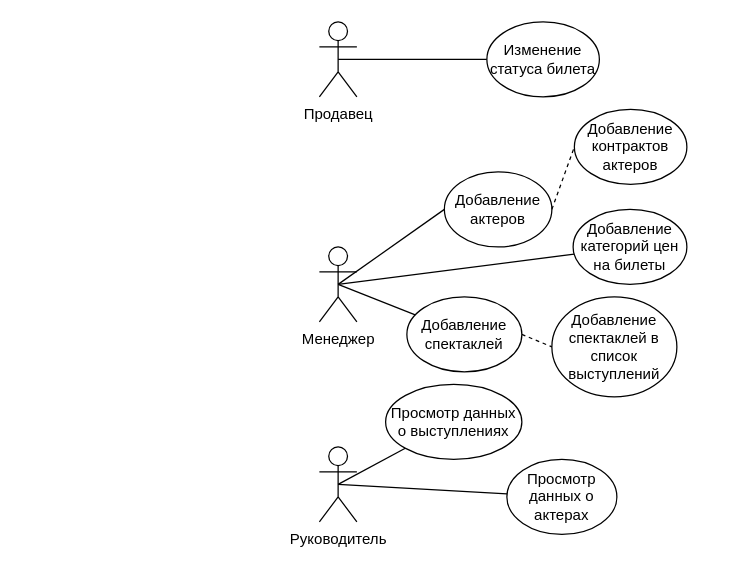
This is page "Страница 2" (2 of 2) of База данных театра.drawio from MakarovIS/Data-base, a draw.io file, before an edit. Source tidied: cells renumbered, new cells numbered last; positions are measured from the earlier drawing's top-left corner, leaving out a move shared by most shapes. Both pictures are drawn from the tidied source at 125%, with x=0, y=0 at pixel (319, 21).
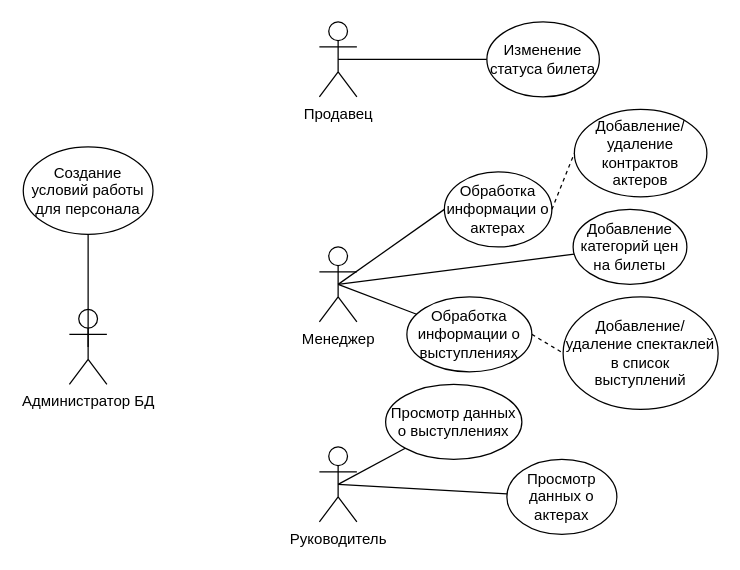
After the change.

Diff of the diagram source:
```diff
@@
-    <mxCell id="8" value="Добавление актеров" style="ellipse;whiteSpace=wrap;html=1;" parent="1" vertex="1">
+    <mxCell id="8" value="Обработка информации о актерах" style="ellipse;whiteSpace=wrap;html=1;" parent="1" vertex="1">
       <mxGeometry x="100" y="120" width="86" height="60" as="geometry" />
     </mxCell>
@@
-    <mxCell id="10" value="Добавление контрактов актеров" style="ellipse;whiteSpace=wrap;html=1;" parent="1" vertex="1">
-      <mxGeometry x="204" y="70" width="90" height="60" as="geometry" />
+    <mxCell id="10" value="Добавление/удаление контрактов актеров" style="ellipse;whiteSpace=wrap;html=1;" parent="1" vertex="1">
+      <mxGeometry x="204" y="70" width="106" height="70" as="geometry" />
     </mxCell>
@@
-    <mxCell id="14" value="Добавление спектаклей" style="ellipse;whiteSpace=wrap;html=1;" parent="1" vertex="1">
-      <mxGeometry x="70" y="220" width="92" height="60" as="geometry" />
+    <mxCell id="14" value="Обработка информации о выступлениях" style="ellipse;whiteSpace=wrap;html=1;" parent="1" vertex="1">
+      <mxGeometry x="70" y="220" width="100" height="60" as="geometry" />
     </mxCell>
-    <mxCell id="15" value="Добавление спектаклей в список выступлений" style="ellipse;whiteSpace=wrap;html=1;" parent="1" vertex="1">
-      <mxGeometry x="186" y="220" width="100" height="80" as="geometry" />
+    <mxCell id="15" value="Добавление/удаление спектаклей в список выступлений" style="ellipse;whiteSpace=wrap;html=1;" parent="1" vertex="1">
+      <mxGeometry x="195" y="220" width="124" height="90" as="geometry" />
     </mxCell>
@@
+    <mxCell id="21" value="Администратор БД" style="shape=umlActor;verticalLabelPosition=bottom;verticalAlign=top;html=1;outlineConnect=0;" parent="1" vertex="1">
+      <mxGeometry x="-200" y="230" width="30" height="60" as="geometry" />
+    </mxCell>
+    <mxCell id="22" value="Создание условий работы для персонала" style="ellipse;whiteSpace=wrap;html=1;" parent="1" vertex="1">
+      <mxGeometry x="-236.9" y="100" width="103.8" height="70" as="geometry" />
+    </mxCell>
+    <mxCell id="23" style="endArrow=none;html=1;rounded=0;exitX=0.5;exitY=0.5;exitDx=0;exitDy=0;exitPerimeter=0;entryX=0.5;entryY=1;entryDx=0;entryDy=0;" parent="1" edge="1" source="21" target="22">
+      <mxGeometry relative="1" as="geometry" />
+    </mxCell>
```
